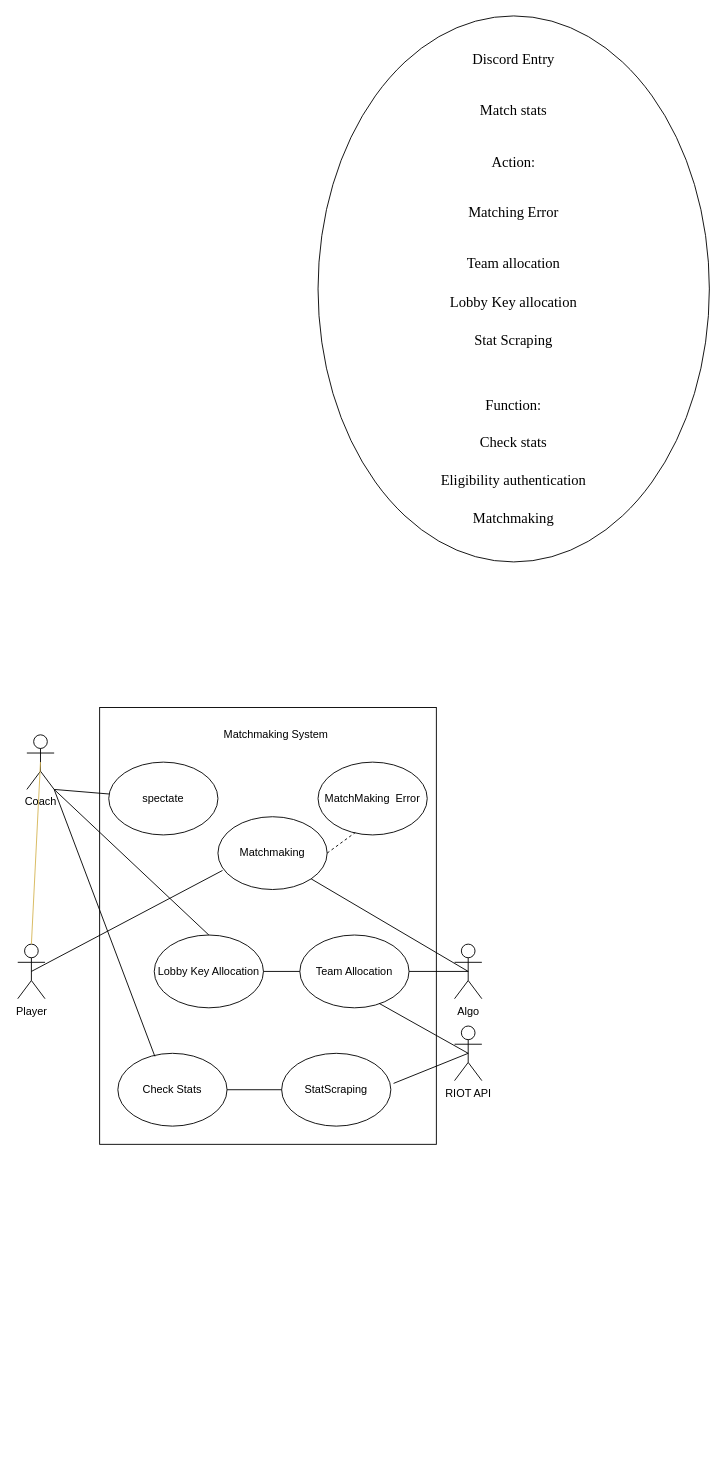
Kitchlew/BACKUP_CONSOLE keeps this draw.io diagram as Untitled Diagram.drawio. Above is the earlier version. Source tidied: cells renumbered, new cells numbered last; positions are measured from the earlier drawing's top-left corner, leaving out a move shared by most shapes. Both pictures are drawn from the tidied source at 91%, with x=0, y=0 at pixel (17, 15).
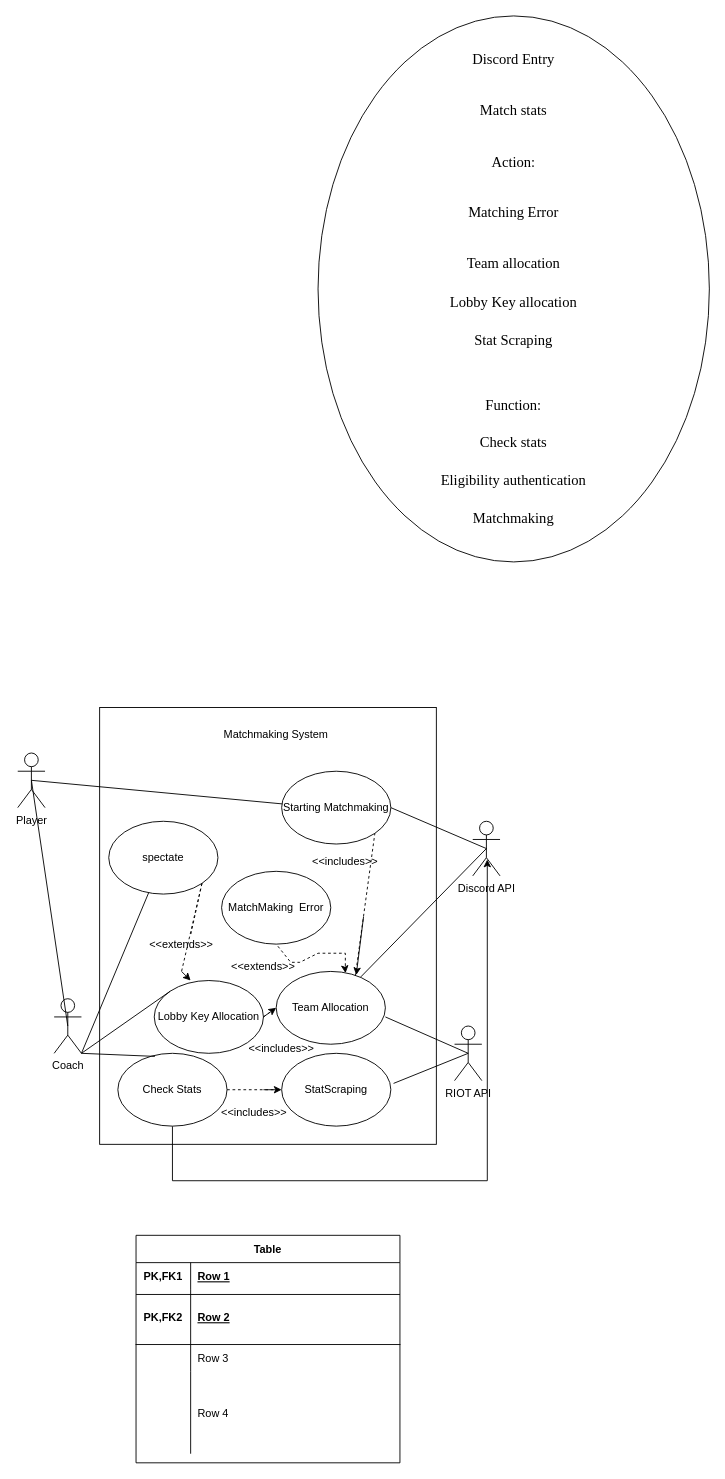
After the change.

The change refers to these unchanged cells:
```xml
<mxCell id="6" value="RIOT API" style="shape=umlActor;verticalLabelPosition=bottom;verticalAlign=top;html=1;outlineConnect=0;" parent="1" vertex="1">
  <mxGeometry x="480" y="1110" width="30" height="60" as="geometry" />
</mxCell>
<mxCell id="11" value="Check Stats" style="ellipse;whiteSpace=wrap;html=1;" parent="1" vertex="1">
  <mxGeometry x="110" y="1140" width="120" height="80" as="geometry" />
</mxCell>
<mxCell id="16" value="StatScraping" style="ellipse;whiteSpace=wrap;html=1;" parent="1" vertex="1">
  <mxGeometry x="290" y="1140" width="120" height="80" as="geometry" />
</mxCell>
```

Change to the diagram source:
```diff
@@
     <mxCell id="4" value="Coach" style="shape=umlActor;verticalLabelPosition=bottom;verticalAlign=top;html=1;outlineConnect=0;" parent="1" vertex="1">
-      <mxGeometry x="10" y="790" width="30" height="60" as="geometry" />
+      <mxGeometry x="40" y="1080" width="30" height="60" as="geometry" />
     </mxCell>
     <mxCell id="5" value="Player" style="shape=umlActor;verticalLabelPosition=bottom;verticalAlign=top;html=1;outlineConnect=0;" parent="1" vertex="1">
-      <mxGeometry y="1020" width="30" height="60" as="geometry" />
+      <mxGeometry y="810" width="30" height="60" as="geometry" />
     </mxCell>
@@
-    <mxCell id="7" value="Algo" style="shape=umlActor;verticalLabelPosition=bottom;verticalAlign=top;html=1;outlineConnect=0;" parent="1" vertex="1">
-      <mxGeometry x="480" y="1020" width="30" height="60" as="geometry" />
-    </mxCell>
@@
     <mxCell id="9" value="spectate" style="ellipse;whiteSpace=wrap;html=1;" parent="1" vertex="1">
-      <mxGeometry x="100" y="820" width="120" height="80" as="geometry" />
+      <mxGeometry x="100" y="885" width="120" height="80" as="geometry" />
     </mxCell>
@@
+    <mxCell id="28" style="edgeStyle=orthogonalEdgeStyle;rounded=0;jettySize=auto;html=1;exitX=0.5;exitY=1;exitDx=0;exitDy=0;entryX=0.533;entryY=0.7;entryDx=0;entryDy=0;entryPerimeter=0;" parent="1" edge="1" source="11" target="30">
+      <mxGeometry relative="1" as="geometry">
+        <Array as="points">
+          <mxPoint x="170" y="1280" />
+          <mxPoint x="516" y="1280" />
+        </Array>
+      </mxGeometry>
+    </mxCell>
@@
-    <mxCell id="12" value="Matchmaking" style="ellipse;whiteSpace=wrap;html=1;" parent="1" vertex="1">
-      <mxGeometry x="220" y="880" width="120" height="80" as="geometry" />
+    <mxCell id="12" value="Starting Matchmaking" style="ellipse;whiteSpace=wrap;html=1;" parent="1" vertex="1">
+      <mxGeometry x="290" y="830" width="120" height="80" as="geometry" />
     </mxCell>
     <mxCell id="13" value="MatchMaking &amp;nbsp;Error" style="ellipse;whiteSpace=wrap;html=1;" parent="1" vertex="1">
-      <mxGeometry x="330" y="820" width="120" height="80" as="geometry" />
+      <mxGeometry x="224" y="940" width="120" height="80" as="geometry" />
     </mxCell>
-    <mxCell id="14" style="endArrow=none;dashed=1;html=1;rounded=0;entryX=0.34;entryY=0.968;entryDx=0;entryDy=0;entryPerimeter=0;exitX=1;exitY=0.5;exitDx=0;exitDy=0;" parent="1" edge="1" source="12" target="13">
-      <mxGeometry relative="1" as="geometry" />
-    </mxCell>
@@
-    <mxCell id="17" style="endArrow=none;html=1;rounded=0;entryX=0;entryY=0.5;entryDx=0;entryDy=0;" parent="1" edge="1" source="11" target="16">
-      <mxGeometry relative="1" as="geometry" />
-    </mxCell>
-    <mxCell id="18" style="endArrow=none;html=1;rounded=0;exitX=0.5;exitY=0.5;exitDx=0;exitDy=0;exitPerimeter=0;entryX=0.042;entryY=0.738;entryDx=0;entryDy=0;entryPerimeter=0;" parent="1" edge="1" source="5" target="12">
-      <mxGeometry relative="1" as="geometry" />
-    </mxCell>
     <mxCell id="19" value="Team Allocation" style="ellipse;whiteSpace=wrap;html=1;" parent="1" vertex="1">
-      <mxGeometry x="310" y="1010" width="120" height="80" as="geometry" />
+      <mxGeometry x="284" y="1050" width="120" height="80" as="geometry" />
     </mxCell>
-    <mxCell id="20" style="endArrow=none;html=1;rounded=0;exitX=1;exitY=0.5;exitDx=0;exitDy=0;entryX=0.5;entryY=0.5;entryDx=0;entryDy=0;entryPerimeter=0;" parent="1" edge="1" source="19" target="7">
-      <mxGeometry relative="1" as="geometry" />
-    </mxCell>
     <mxCell id="21" value="Lobby Key Allocation" style="ellipse;whiteSpace=wrap;html=1;" parent="1" vertex="1">
-      <mxGeometry x="150" y="1010" width="120" height="80" as="geometry" />
+      <mxGeometry x="150" y="1060" width="120" height="80" as="geometry" />
     </mxCell>
-    <mxCell id="22" style="endArrow=none;html=1;rounded=0;exitX=0;exitY=0.5;exitDx=0;exitDy=0;entryX=1;entryY=0.5;entryDx=0;entryDy=0;" parent="1" edge="1" source="19" target="21">
-      <mxGeometry relative="1" as="geometry" />
-    </mxCell>
-    <mxCell id="23" style="endArrow=none;html=1;rounded=0;entryX=1;entryY=1;entryDx=0;entryDy=0;exitX=0.5;exitY=0.5;exitDx=0;exitDy=0;exitPerimeter=0;" parent="1" edge="1" source="7" target="12">
-      <mxGeometry relative="1" as="geometry" />
-    </mxCell>
-    <mxCell id="24" style="endArrow=none;html=1;rounded=0;exitX=0.5;exitY=0.5;exitDx=0;exitDy=0;exitPerimeter=0;entryX=0.725;entryY=0.938;entryDx=0;entryDy=0;entryPerimeter=0;" parent="1" edge="1" source="6" target="19">
+    <mxCell id="24" style="endArrow=none;html=1;rounded=0;exitX=0.5;exitY=0.5;exitDx=0;exitDy=0;exitPerimeter=0;entryX=1;entryY=0.625;entryDx=0;entryDy=0;entryPerimeter=0;" parent="1" edge="1" source="6" target="19">
       <mxGeometry relative="1" as="geometry" />
     </mxCell>
@@
-    <mxCell id="26" style="endArrow=none;html=1;rounded=0;entryX=1;entryY=1;entryDx=0;entryDy=0;entryPerimeter=0;exitX=0.5;exitY=0;exitDx=0;exitDy=0;" parent="1" edge="1" source="21" target="4">
+    <mxCell id="26" style="endArrow=none;html=1;rounded=0;entryX=1;entryY=1;entryDx=0;entryDy=0;entryPerimeter=0;exitX=0;exitY=0;exitDx=0;exitDy=0;" parent="1" edge="1" source="21" target="4">
       <mxGeometry relative="1" as="geometry" />
     </mxCell>
-    <mxCell id="27" style="endArrow=none;html=1;rounded=0;exitX=0.5;exitY=0;exitDx=0;exitDy=0;exitPerimeter=0;entryX=0.5;entryY=0.5;entryDx=0;entryDy=0;entryPerimeter=0;fillColor=#fff2cc;strokeColor=#d6b656;" parent="1" edge="1" source="5" target="4">
+    <mxCell id="27" style="endArrow=none;html=1;rounded=0;entryX=0.5;entryY=0.5;entryDx=0;entryDy=0;entryPerimeter=0;exitX=0.5;exitY=0.5;exitDx=0;exitDy=0;exitPerimeter=0;" parent="1" edge="1" source="5" target="4">
       <mxGeometry relative="1" as="geometry" />
     </mxCell>
+    <mxCell id="29" value="&amp;lt;&amp;lt;extends&amp;gt;&amp;gt;" style="text;html=1;strokeColor=none;fillColor=none;align=center;verticalAlign=middle;whiteSpace=wrap;rounded=0;" parent="1" vertex="1">
+      <mxGeometry x="230" y="1030" width="80" height="30" as="geometry" />
+    </mxCell>
+    <mxCell id="30" value="Discord API" style="shape=umlActor;verticalLabelPosition=bottom;verticalAlign=top;html=1;outlineConnect=0;" parent="1" vertex="1">
+      <mxGeometry x="500" y="885" width="30" height="60" as="geometry" />
+    </mxCell>
+    <mxCell id="31" style="endArrow=none;html=1;rounded=0;entryX=0.5;entryY=0.5;entryDx=0;entryDy=0;entryPerimeter=0;exitX=0.775;exitY=0.075;exitDx=0;exitDy=0;exitPerimeter=0;" parent="1" edge="1" source="19" target="30">
+      <mxGeometry relative="1" as="geometry" />
+    </mxCell>
+    <mxCell id="18" style="endArrow=none;html=1;rounded=0;exitX=0.5;exitY=0.5;exitDx=0;exitDy=0;exitPerimeter=0;entryX=0.007;entryY=0.449;entryDx=0;entryDy=0;entryPerimeter=0;" parent="1" edge="1" source="5" target="12">
+      <mxGeometry relative="1" as="geometry" />
+    </mxCell>
+    <mxCell id="32" style="endArrow=none;html=1;rounded=0;entryX=1;entryY=0.5;entryDx=0;entryDy=0;exitX=0.5;exitY=0.5;exitDx=0;exitDy=0;exitPerimeter=0;" parent="1" edge="1" source="30" target="12">
+      <mxGeometry relative="1" as="geometry" />
+    </mxCell>
+    <mxCell id="33" value="&amp;lt;&amp;lt;includes&amp;gt;&amp;gt;" style="text;html=1;strokeColor=none;fillColor=none;align=center;verticalAlign=middle;whiteSpace=wrap;rounded=0;" parent="1" vertex="1">
+      <mxGeometry x="260" y="1120" width="60" height="30" as="geometry" />
+    </mxCell>
+    <mxCell id="34" value="&amp;lt;&amp;lt;includes&amp;gt;&amp;gt;" style="text;html=1;strokeColor=none;fillColor=none;align=center;verticalAlign=middle;whiteSpace=wrap;rounded=0;" parent="1" vertex="1">
+      <mxGeometry x="230" y="1190" width="60" height="30" as="geometry" />
+    </mxCell>
+    <mxCell id="35" style="endArrow=none;dashed=1;html=1;rounded=0;exitX=1;exitY=0.5;exitDx=0;exitDy=0;entryX=0;entryY=0.5;entryDx=0;entryDy=0;" parent="1" edge="1" source="21" target="19">
+      <mxGeometry relative="1" as="geometry" />
+    </mxCell>
+    <mxCell id="17" style="endArrow=none;dashed=1;html=1;rounded=0;exitX=1;exitY=0.5;exitDx=0;exitDy=0;entryX=0;entryY=0.5;entryDx=0;entryDy=0;" parent="1" edge="1" source="11" target="16">
+      <mxGeometry relative="1" as="geometry" />
+    </mxCell>
+    <mxCell id="36" value="Table" style="shape=table;startSize=30;childLayout=tableLayout;rowLines=0;fontStyle=1;align=center;" parent="1" vertex="1">
+      <mxGeometry x="130" y="1340" width="290" height="250" as="geometry" />
+    </mxCell>
+    <mxCell id="37" style="shape=tableRow;horizontal=0;startSize=0;swimlaneHead=0;swimlaneBody=0;fillColor=none;top=0;left=0;right=0;bottom=0;" parent="36" vertex="1">
+      <mxGeometry y="30" width="290" height="30" as="geometry" />
+    </mxCell>
+    <mxCell id="38" value="PK,FK1" style="shape=partialRectangle;fillColor=none;top=0;left=0;bottom=0;right=0;fontStyle=1;overflow=hidden;" parent="37" vertex="1">
+      <mxGeometry width="60" height="30" as="geometry" />
+    </mxCell>
+    <mxCell id="39" value="Row 1" style="shape=partialRectangle;fillColor=none;top=0;left=0;bottom=0;right=0;align=left;spacingLeft=6;fontStyle=5;overflow=hidden;" parent="37" vertex="1">
+      <mxGeometry x="60" width="230" height="30" as="geometry" />
+    </mxCell>
+    <mxCell id="40" style="shape=tableRow;horizontal=0;startSize=0;swimlaneHead=0;swimlaneBody=0;fillColor=none;top=0;left=0;right=0;bottom=1;" parent="36" vertex="1">
+      <mxGeometry y="60" width="290" height="60" as="geometry" />
+    </mxCell>
+    <mxCell id="41" value="PK,FK2" style="shape=partialRectangle;fillColor=none;top=0;left=0;bottom=0;right=0;fontStyle=1;overflow=hidden;" parent="40" vertex="1">
+      <mxGeometry width="60" height="60" as="geometry" />
+    </mxCell>
+    <mxCell id="42" value="Row 2" style="shape=partialRectangle;fillColor=none;top=0;left=0;bottom=0;right=0;align=left;spacingLeft=6;fontStyle=5;overflow=hidden;" parent="40" vertex="1">
+      <mxGeometry x="60" width="230" height="60" as="geometry" />
+    </mxCell>
+    <mxCell id="43" style="shape=tableRow;horizontal=0;startSize=0;swimlaneHead=0;swimlaneBody=0;fillColor=none;top=0;left=0;right=0;bottom=0;" parent="36" vertex="1">
+      <mxGeometry y="120" width="290" height="30" as="geometry" />
+    </mxCell>
+    <mxCell id="44" style="shape=partialRectangle;fillColor=none;top=0;left=0;bottom=0;right=0;overflow=hidden;" parent="43" vertex="1">
+      <mxGeometry width="60" height="30" as="geometry" />
+    </mxCell>
+    <mxCell id="45" value="Row 3" style="shape=partialRectangle;fillColor=none;top=0;left=0;bottom=0;right=0;align=left;spacingLeft=6;overflow=hidden;" parent="43" vertex="1">
+      <mxGeometry x="60" width="230" height="30" as="geometry" />
+    </mxCell>
+    <mxCell id="46" style="shape=tableRow;horizontal=0;startSize=0;swimlaneHead=0;swimlaneBody=0;fillColor=none;top=0;left=0;right=0;bottom=0;" parent="36" vertex="1">
+      <mxGeometry y="150" width="290" height="90" as="geometry" />
+    </mxCell>
+    <mxCell id="47" style="shape=partialRectangle;fillColor=none;top=0;left=0;bottom=0;right=0;overflow=hidden;" parent="46" vertex="1">
+      <mxGeometry width="60" height="90" as="geometry" />
+    </mxCell>
+    <mxCell id="48" value="Row 4" style="shape=partialRectangle;fillColor=none;top=0;left=0;bottom=0;right=0;align=left;spacingLeft=6;overflow=hidden;" parent="46" vertex="1">
+      <mxGeometry x="60" width="230" height="90" as="geometry" />
+    </mxCell>
+    <mxCell id="49" style="line;strokeWidth=1;dashed=0;labelPosition=right;align=left;verticalAlign=middle;spacingTop=0;spacingLeft=6;" parent="1" vertex="1">
+      <mxGeometry x="130" y="1400" width="290" height="10" as="geometry" />
+    </mxCell>
+    <mxCell id="50" style="endArrow=classic;html=1;rounded=0;entryX=0;entryY=0.5;entryDx=0;entryDy=0;" parent="1" edge="1" target="16">
+      <mxGeometry relative="1" as="geometry">
+        <mxPoint x="270" y="1180" as="sourcePoint" />
+      </mxGeometry>
+    </mxCell>
+    <mxCell id="51" style="endArrow=classic;html=1;rounded=0;entryX=0;entryY=0.5;entryDx=0;entryDy=0;exitX=1;exitY=0.5;exitDx=0;exitDy=0;" parent="1" edge="1" source="21" target="19">
+      <mxGeometry relative="1" as="geometry" />
+    </mxCell>
+    <mxCell id="52" style="endArrow=classic;html=1;rounded=0;" parent="1" edge="1">
+      <mxGeometry relative="1" as="geometry">
+        <mxPoint x="180" y="1050" as="sourcePoint" />
+        <mxPoint x="190" y="1060" as="targetPoint" />
+      </mxGeometry>
+    </mxCell>
+    <mxCell id="53" style="endArrow=none;dashed=1;html=1;rounded=0;startArrow=none;exitX=1;exitY=1;exitDx=0;exitDy=0;" parent="1" edge="1" source="9">
+      <mxGeometry relative="1" as="geometry">
+        <mxPoint x="180" y="1050" as="targetPoint" />
+      </mxGeometry>
+    </mxCell>
+    <mxCell id="54" style="endArrow=classic;html=1;rounded=0;entryX=0.635;entryY=0.023;entryDx=0;entryDy=0;entryPerimeter=0;" parent="1" edge="1" target="19">
+      <mxGeometry relative="1" as="geometry">
+        <mxPoint x="360" y="1050" as="sourcePoint" />
+      </mxGeometry>
+    </mxCell>
+    <mxCell id="55" style="endArrow=none;dashed=1;html=1;rounded=0;entryX=0.5;entryY=1;entryDx=0;entryDy=0;" parent="1" edge="1" target="13">
+      <mxGeometry relative="1" as="geometry">
+        <mxPoint x="360" y="1050" as="sourcePoint" />
+        <Array as="points">
+          <mxPoint x="360" y="1030" />
+          <mxPoint x="330" y="1030" />
+          <mxPoint x="310" y="1040" />
+          <mxPoint x="300" y="1040" />
+        </Array>
+      </mxGeometry>
+    </mxCell>
+    <mxCell id="56" value="&amp;lt;&amp;lt;extends&amp;gt;&amp;gt;" style="text;html=1;strokeColor=none;fillColor=none;align=center;verticalAlign=middle;whiteSpace=wrap;rounded=0;" parent="1" vertex="1">
+      <mxGeometry x="150" y="1020" width="60" as="geometry" />
+    </mxCell>
+    <mxCell id="57" style="endArrow=none;dashed=1;html=1;rounded=0;exitX=1;exitY=1;exitDx=0;exitDy=0;" parent="1" edge="1" source="9">
+      <mxGeometry relative="1" as="geometry">
+        <mxPoint x="190" y="1010" as="targetPoint" />
+      </mxGeometry>
+    </mxCell>
+    <mxCell id="58" style="endArrow=none;dashed=1;html=1;rounded=0;entryX=1;entryY=1;entryDx=0;entryDy=0;exitX=0.725;exitY=0.063;exitDx=0;exitDy=0;exitPerimeter=0;" parent="1" edge="1" source="19" target="12">
+      <mxGeometry relative="1" as="geometry" />
+    </mxCell>
+    <mxCell id="59" style="endArrow=classic;html=1;rounded=0;entryX=0.733;entryY=0.05;entryDx=0;entryDy=0;entryPerimeter=0;" parent="1" edge="1" target="19">
+      <mxGeometry relative="1" as="geometry">
+        <mxPoint x="380" y="990" as="sourcePoint" />
+      </mxGeometry>
+    </mxCell>
+    <mxCell id="60" value="&amp;lt;&amp;lt;includes&amp;gt;&amp;gt;" style="text;html=1;strokeColor=none;fillColor=none;align=center;verticalAlign=middle;whiteSpace=wrap;rounded=0;" parent="1" vertex="1">
+      <mxGeometry x="330" y="915" width="60" height="30" as="geometry" />
+    </mxCell>
```
